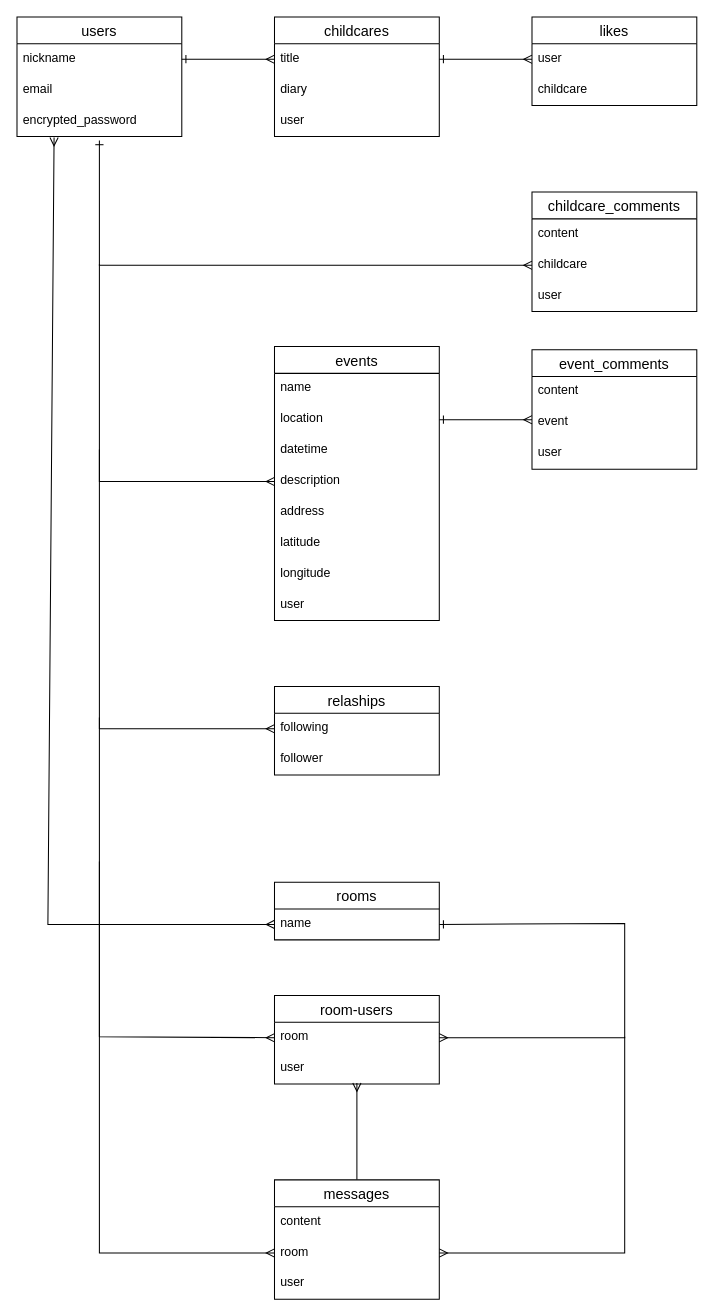
Before: test.dio in ran-tomine/original-app, a draw.io diagram. Source tidied: cells renumbered, new cells numbered last; positions are measured from the earlier drawing's top-left corner, leaving out a move shared by most shapes. Both pictures are drawn from the tidied source at 103%, with x=0, y=0 at pixel (16, 16).
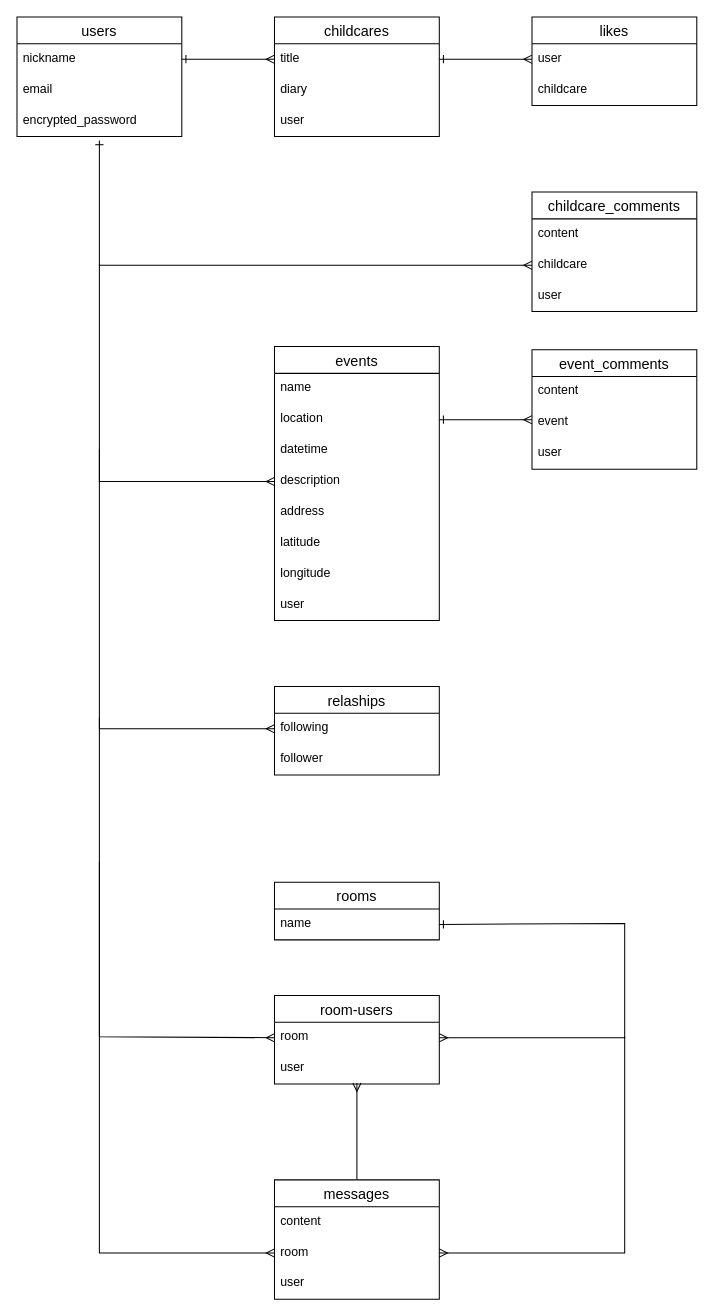
The same diagram, later.

Unchanged cells that the change refers to:
```xml
<mxCell id="5" value="encrypted_password" style="text;strokeColor=none;fillColor=none;spacingLeft=4;spacingRight=4;overflow=hidden;points=[[0,0.5],[1,0.5]];portConstraint=eastwest;fontSize=12;" parent="2" vertex="1">
  <mxGeometry y="86" width="160" height="30" as="geometry" />
</mxCell>
<mxCell id="37" value="name" style="text;strokeColor=none;fillColor=none;spacingLeft=4;spacingRight=4;overflow=hidden;points=[[0,0.5],[1,0.5]];portConstraint=eastwest;fontSize=12;" parent="36" vertex="1">
  <mxGeometry y="26" width="160" height="30" as="geometry" />
</mxCell>
```

The edit, as a diff of the source:
```diff
@@
-    <mxCell id="52" style="edgeStyle=none;html=1;exitX=0;exitY=0.5;exitDx=0;exitDy=0;entryX=0.225;entryY=1.033;entryDx=0;entryDy=0;entryPerimeter=0;endArrow=ERmany;endFill=0;startArrow=ERmany;startFill=0;rounded=0;" parent="1" edge="1" source="37" target="5">
-      <mxGeometry relative="1" as="geometry">
-        <Array as="points">
-          <mxPoint x="30" y="881" />
-        </Array>
-      </mxGeometry>
-    </mxCell>
```
